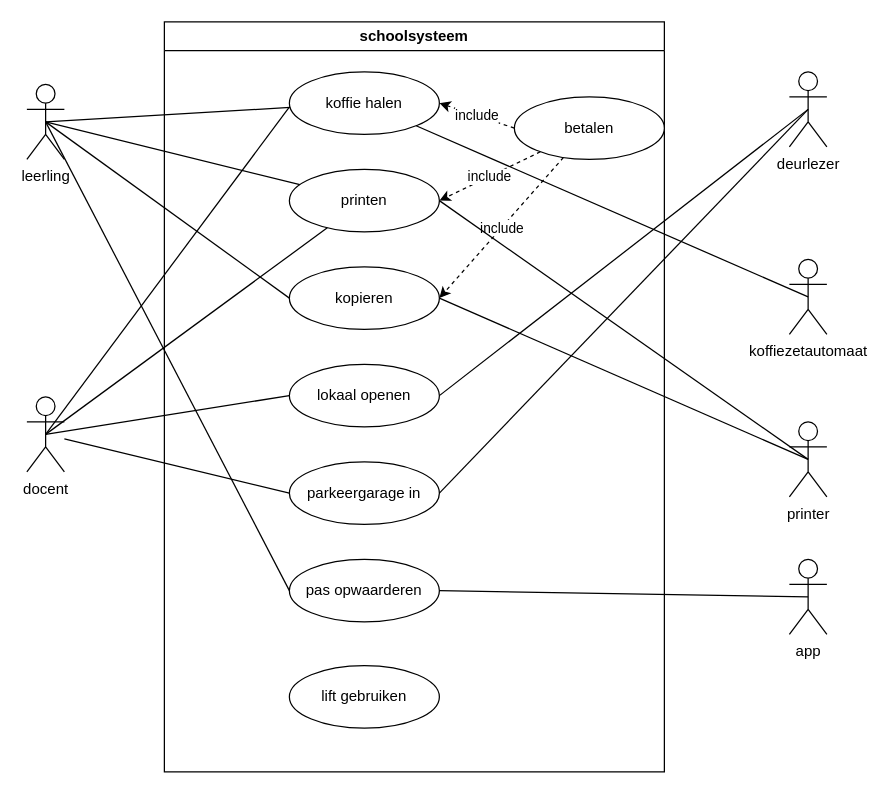
Above: schoolsysteem.drawio in Yonaki51/OOP-extra-opdracht (draw.io), before the change. Source tidied: cells renumbered, new cells numbered last; positions are measured from the earlier drawing's top-left corner, leaving out a move shared by most shapes. Both pictures are drawn from the tidied source at 125%, with x=0, y=0 at pixel (26, 21).
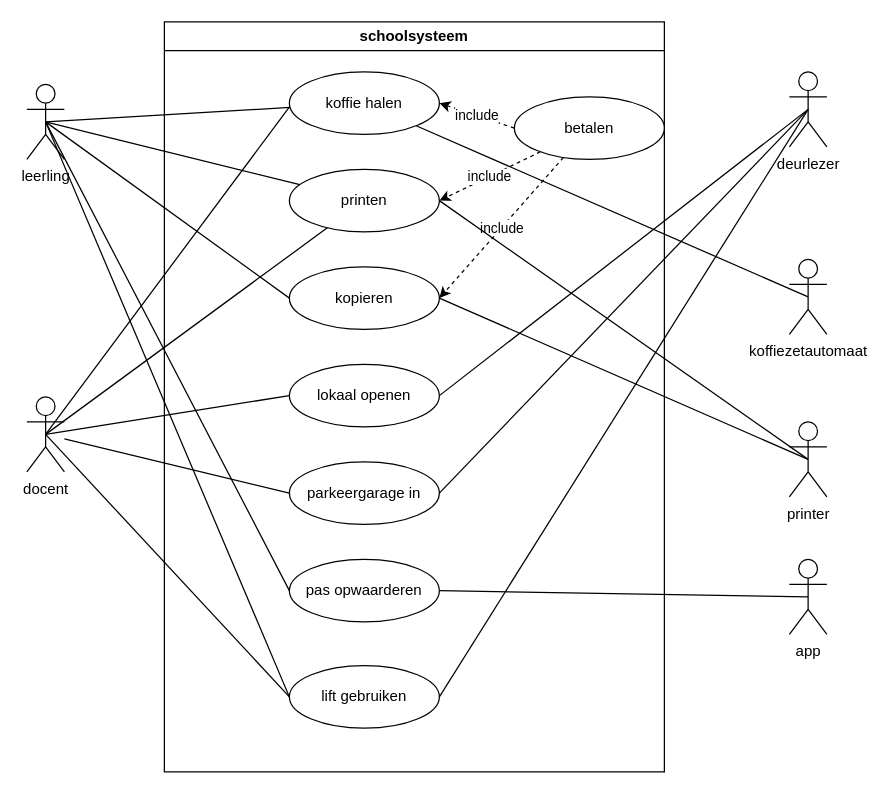
The same page after the edit.

Commit message:
lift toegevoegd

The change refers to these unchanged cells:
```xml
<mxCell id="14" value="lift gebruiken" style="ellipse;whiteSpace=wrap;html=1;" parent="2" vertex="1">
  <mxGeometry x="100" y="515" width="120" height="50" as="geometry" />
</mxCell>
<mxCell id="16" value="docent" style="shape=umlActor;verticalLabelPosition=bottom;verticalAlign=top;html=1;outlineConnect=0;" parent="1" vertex="1">
  <mxGeometry y="300" width="30" height="60" as="geometry" />
</mxCell>
<mxCell id="18" value="leerling" style="shape=umlActor;verticalLabelPosition=bottom;verticalAlign=top;html=1;outlineConnect=0;" parent="1" vertex="1">
  <mxGeometry y="50" width="30" height="60" as="geometry" />
</mxCell>
<mxCell id="19" value="deurlezer" style="shape=umlActor;verticalLabelPosition=bottom;verticalAlign=top;html=1;outlineConnect=0;" parent="1" vertex="1">
  <mxGeometry x="610" y="40" width="30" height="60" as="geometry" />
</mxCell>
```

What changed in the source:
```diff
@@
+    <mxCell id="35" style="rounded=0;jettySize=auto;html=1;entryX=0.5;entryY=0.5;entryDx=0;entryDy=0;entryPerimeter=0;endArrow=none;endFill=0;exitX=0;exitY=0.5;exitDx=0;exitDy=0;" parent="1" edge="1" source="14" target="18">
+      <mxGeometry relative="1" as="geometry" />
+    </mxCell>
+    <mxCell id="36" style="rounded=0;jettySize=auto;html=1;entryX=0.5;entryY=0.5;entryDx=0;entryDy=0;entryPerimeter=0;endArrow=none;endFill=0;exitX=1;exitY=0.5;exitDx=0;exitDy=0;" parent="1" edge="1" source="14" target="19">
+      <mxGeometry relative="1" as="geometry" />
+    </mxCell>
+    <mxCell id="37" style="rounded=0;jettySize=auto;html=1;entryX=0.5;entryY=0.5;entryDx=0;entryDy=0;entryPerimeter=0;endArrow=none;endFill=0;exitX=0;exitY=0.5;exitDx=0;exitDy=0;" parent="1" edge="1" source="14" target="16">
+      <mxGeometry relative="1" as="geometry" />
+    </mxCell>
```
